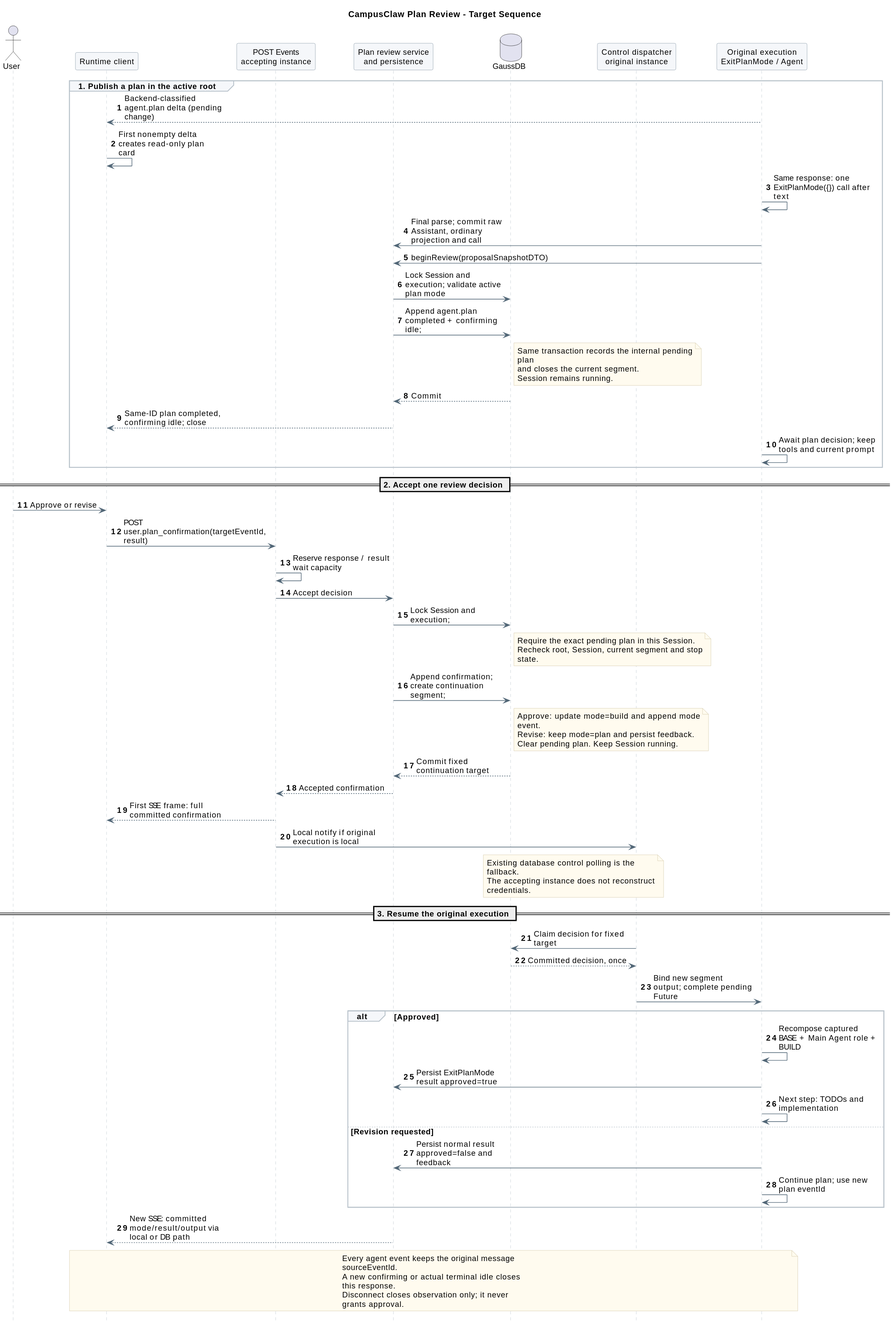
Earlier version of the PlantUML export 01-总体架构/06-CampusClaw计划模式/plan_mode_review_sequence.svg (ssm0808/pi-mono-java-design).
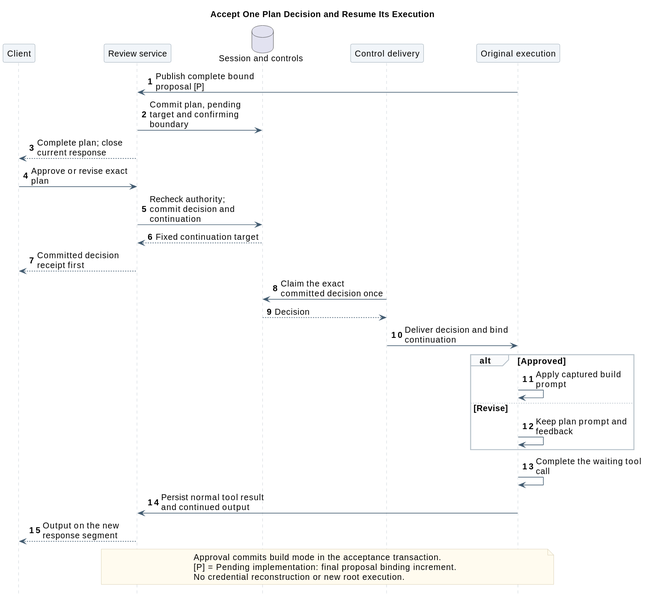
Later version of the same file.

Change to the diagram source:
```diff
@@ -1,95 +1,48 @@
 @startuml
 skinparam backgroundColor white
 skinparam defaultFontName SansSerif
-skinparam defaultFontSize 13
+skinparam defaultFontSize 14
 skinparam shadowing false
 skinparam sequenceMessageAlign left
-skinparam maxMessageSize 165
-skinparam sequenceArrowColor #526777
+skinparam maxMessageSize 180
+skinparam sequenceArrowColor #425B70
 skinparam sequenceLifeLineBorderColor #BAC4CC
-skinparam sequenceParticipantBackgroundColor #F5F7FA
+skinparam sequenceParticipantBackgroundColor #F1F5F9
 skinparam sequenceParticipantBorderColor #8496A4
-skinparam sequenceGroupBackgroundColor #F5F7FA
+skinparam sequenceGroupBackgroundColor #FAFBFC
 skinparam sequenceGroupBorderColor #BAC4CC
 skinparam noteBackgroundColor #FFFBEF
 skinparam noteBorderColor #D2C6A5
 hide footbox
 autonumber
-title CampusClaw Plan Review - Target Sequence
-actor User
-participant "Runtime client" as UI
-participant "POST Events\naccepting instance" as API
-participant "Plan review service\nand persistence" as Service
-database GaussDB as DB
-participant "Control dispatcher\noriginal instance" as Dispatcher
-participant "Original execution\nExitPlanMode / Agent" as Agent
 
-group 1. Publish a plan in the active root
-  Agent --> UI : Backend-classified agent.plan delta (pending change)
-  UI -> UI : First nonempty delta creates read-only plan card
-  Agent -> Agent : Same response: one ExitPlanMode({}) call after text
-  Agent -> Service : Final parse; commit raw Assistant, ordinary projection and call
-  Agent -> Service : beginReview(proposalSnapshotDTO)
-  Service -> DB : Lock Session and execution; validate active plan mode
-  Service -> DB : Append agent.plan completed + confirming idle;
-  note right of DB
-  Same transaction records the internal pending
-  plan
-  and closes the current segment.
-  Session remains running.
-  end note
-  DB --> Service : Commit
-  Service --> UI : Same-ID plan completed, confirming idle; close
-  Agent -> Agent : Await plan decision; keep tools and current prompt
+title Accept One Plan Decision and Resume Its Execution
+participant Client
+participant "Review service" as Review
+database "Session and controls" as DB
+participant "Control delivery" as Dispatch
+participant "Original execution" as Agent
+Agent -> Review : Publish complete bound proposal [P]
+Review -> DB : Commit plan, pending target and confirming boundary
+Review --> Client : Complete plan; close current response
+Client -> Review : Approve or revise exact plan
+Review -> DB : Recheck authority; commit decision and continuation
+DB --> Review : Fixed continuation target
+Review --> Client : Committed decision receipt first
+Dispatch -> DB : Claim the exact committed decision once
+DB --> Dispatch : Decision
+Dispatch -> Agent : Deliver decision and bind continuation
+alt Approved
+  Agent -> Agent : Apply captured build prompt
+else Revise
+  Agent -> Agent : Keep plan prompt and feedback
 end
-
-== 2. Accept one review decision ==
-User -> UI : Approve or revise
-UI -> API : POST user.plan_confirmation(targetEventId, result)
-API -> API : Reserve response / result wait capacity
-API -> Service : Accept decision
-Service -> DB : Lock Session and execution;
-note right of DB
-  Require the exact pending plan in this Session.
-  Recheck root, Session, current segment and stop
-  state.
-end note
-Service -> DB : Append confirmation; create continuation segment;
-note right of DB
-  Approve: update mode=build and append mode
-  event.
-  Revise: keep mode=plan and persist feedback.
-  Clear pending plan. Keep Session running.
-end note
-DB --> Service : Commit fixed continuation target
-Service --> API : Accepted confirmation
-API --> UI : First SSE frame: full committed confirmation
-API -> Dispatcher : Local notify if original execution is local
-note over DB,Dispatcher
-  Existing database control polling is the
-  fallback.
-  The accepting instance does not reconstruct
-  credentials.
-end note
-== 3. Resume the original execution ==
-Dispatcher -> DB : Claim decision for fixed target
-DB --> Dispatcher : Committed decision, once
-Dispatcher -> Agent : Bind new segment output; complete pending Future
-alt Approved
-  Agent -> Agent : Recompose captured BASE + Main Agent role + BUILD
-  Agent -> Service : Persist ExitPlanMode result approved=true
-  Agent -> Agent : Next step: TODOs and implementation
-else Revision requested
-  Agent -> Service : Persist normal result approved=false and feedback
-  Agent -> Agent : Continue plan; use new plan eventId
-end
-Service --> UI : New SSE: committed mode/result/output via local or DB path
-note over UI,Agent
-  Every agent event keeps the original message
-  sourceEventId.
-  A new confirming or actual terminal idle closes
-  this response.
-  Disconnect closes observation only; it never
-  grants approval.
+Agent -> Agent : Complete the waiting tool call
+Agent -> Review : Persist normal tool result and continued output
+Review --> Client : Output on the new response segment
+note over Review,Agent
+  Approval commits build mode in the acceptance transaction.
+  [P] = Pending implementation: final proposal binding increment.
+  No credential reconstruction or new root execution.
 end note
 @enduml
```
